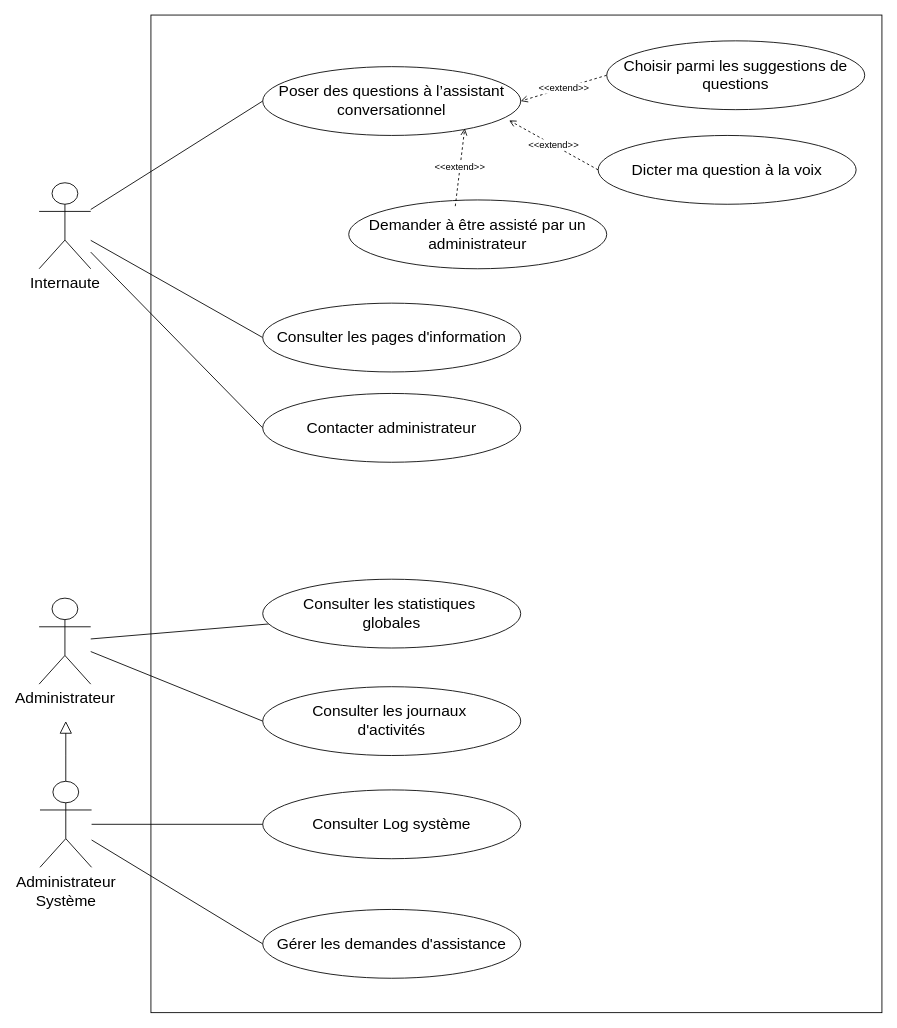
Before: diagramme/sprint5/Copie de v2-cas-utilisation-sprint5.drawio in salmaelheni/pfe-salma-ingenieur-rapport, a draw.io diagram. Source tidied: cells renumbered, new cells numbered last; positions are measured from the earlier drawing's top-left corner, leaving out a move shared by most shapes. Both pictures are drawn from the tidied source at 86%, with x=0, y=0 at pixel (39, 15).
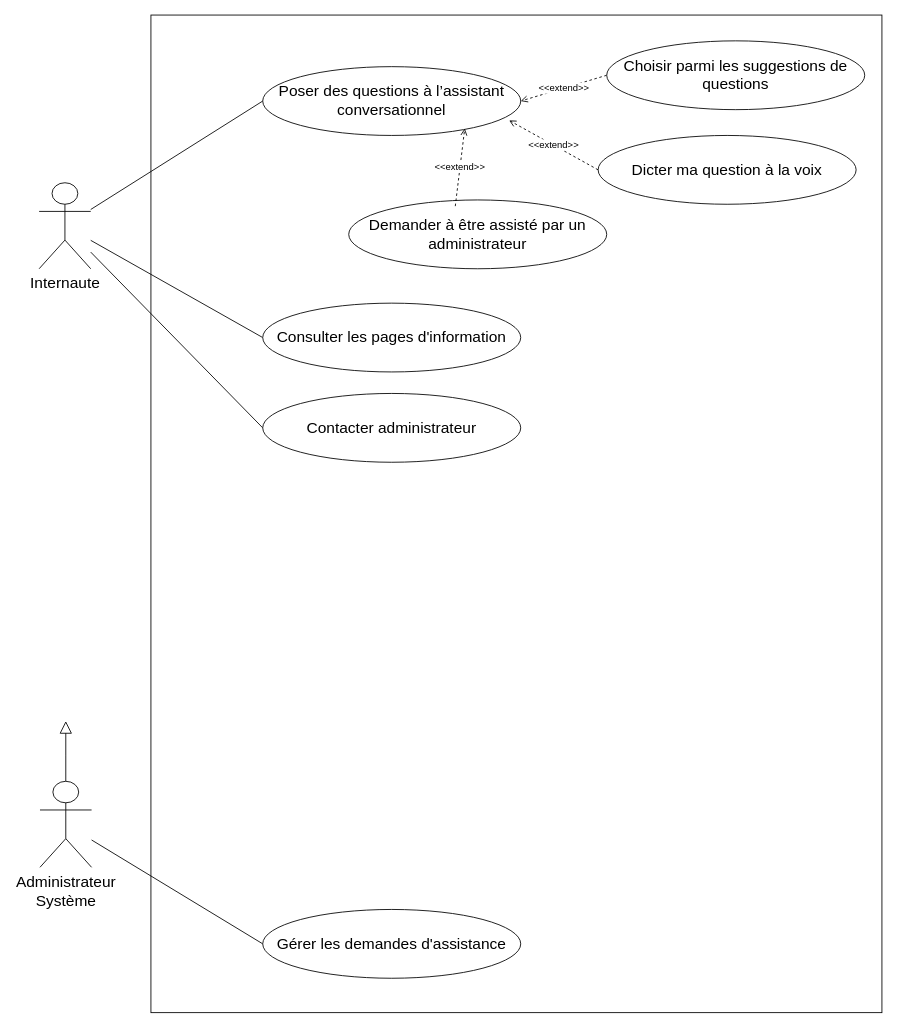
The same diagram, later.

Unchanged cells that the change refers to:
```xml
<mxCell id="23" value="&lt;div&gt;&lt;div&gt;&lt;span style=&quot;font-size: 18px;&quot;&gt;Administrateur&lt;/span&gt;&lt;/div&gt;&lt;/div&gt;&lt;div&gt;&lt;span style=&quot;font-size: 18px;&quot;&gt;Système&lt;/span&gt;&lt;/div&gt;" style="shape=umlActor;verticalLabelPosition=bottom;verticalAlign=top;html=1;outlineConnect=0;labelBackgroundColor=none;" parent="1" vertex="1">
  <mxGeometry x="1" y="891" width="60" height="100" as="geometry" />
</mxCell>
```

Change to the diagram source:
```diff
@@
-    <mxCell id="3" style="rounded=0;jettySize=auto;html=1;endArrow=none;endFill=0;" parent="1" edge="1" source="5" target="17">
-      <mxGeometry relative="1" as="geometry" />
-    </mxCell>
-    <mxCell id="4" style="rounded=0;jettySize=auto;html=1;entryX=0;entryY=0.5;entryDx=0;entryDy=0;endArrow=none;endFill=0;" parent="1" edge="1" source="5" target="18">
-      <mxGeometry relative="1" as="geometry" />
-    </mxCell>
-    <mxCell id="5" value="&lt;div&gt;&lt;div&gt;&lt;span style=&quot;font-size: 18px;&quot;&gt;Administrateur&lt;/span&gt;&lt;/div&gt;&lt;/div&gt;" style="shape=umlActor;verticalLabelPosition=bottom;verticalAlign=top;html=1;outlineConnect=0;labelBackgroundColor=none;" parent="1" vertex="1">
-      <mxGeometry y="678" width="60" height="100" as="geometry" />
-    </mxCell>
@@
-    <mxCell id="17" value="&lt;font style=&quot;font-size: 18px;&quot;&gt;Consulter les statistiques&amp;nbsp;&lt;/font&gt;&lt;div style=&quot;font-size: 11px;&quot;&gt;&lt;font style=&quot;font-size: 18px;&quot;&gt;globales&lt;/font&gt;&lt;/div&gt;" style="ellipse;whiteSpace=wrap;html=1;" parent="1" vertex="1">
-      <mxGeometry x="260" y="656" width="300" height="80" as="geometry" />
-    </mxCell>
-    <mxCell id="18" value="&lt;font style=&quot;font-size: 18px;&quot;&gt;Consulter les journaux&amp;nbsp;&lt;/font&gt;&lt;div style=&quot;font-size: 11px;&quot;&gt;&lt;font style=&quot;font-size: 18px;&quot;&gt;d'activités&lt;/font&gt;&lt;/div&gt;" style="ellipse;whiteSpace=wrap;html=1;" parent="1" vertex="1">
-      <mxGeometry x="260" y="781" width="300" height="80" as="geometry" />
-    </mxCell>
-    <mxCell id="19" value="&lt;span style=&quot;font-size: 18px;&quot;&gt;Consulter Log système&lt;/span&gt;" style="ellipse;whiteSpace=wrap;html=1;" parent="1" vertex="1">
-      <mxGeometry x="260" y="901" width="300" height="80" as="geometry" />
-    </mxCell>
-    <mxCell id="20" style="edgeStyle=orthogonalEdgeStyle;rounded=0;jettySize=auto;html=1;endArrow=none;endFill=0;" parent="1" edge="1" source="23" target="19">
-      <mxGeometry relative="1" as="geometry" />
-    </mxCell>
```
